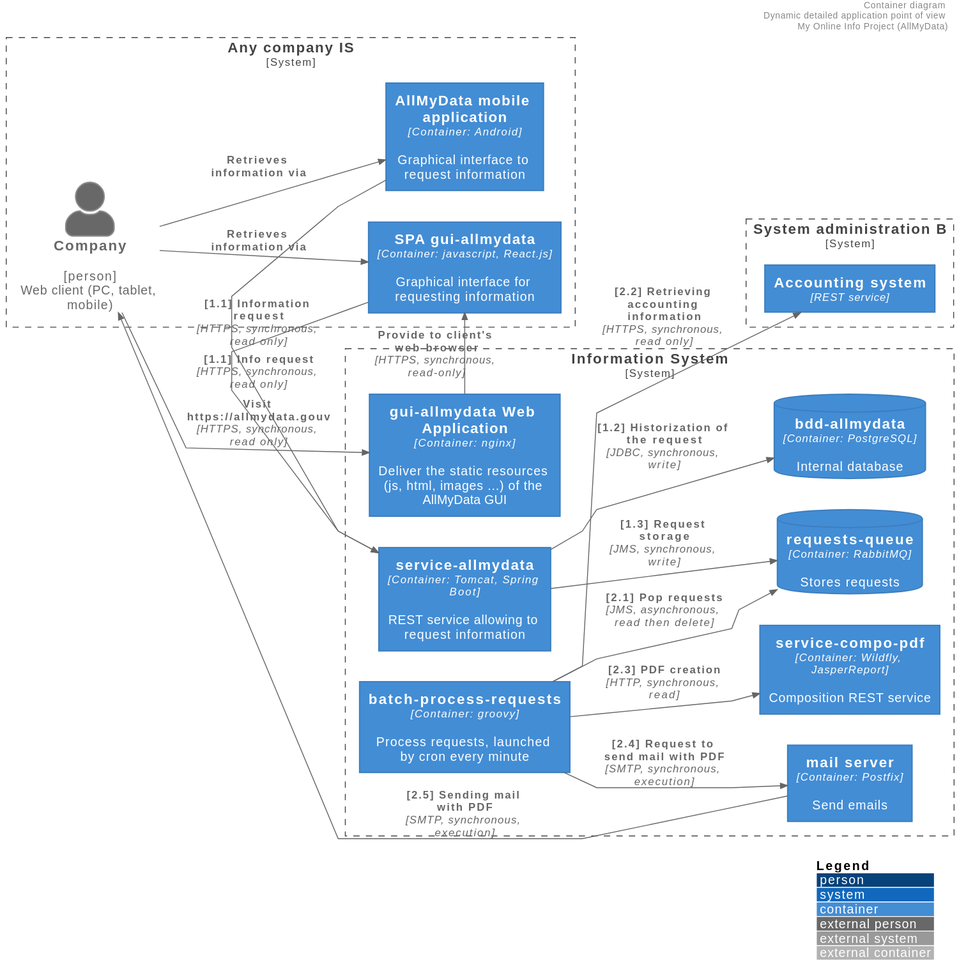
This is diagrams/detailed-application-architecture-dynamic.svg from bflorat/architecture-document-template, a PlantUML export, as it was before one commit.
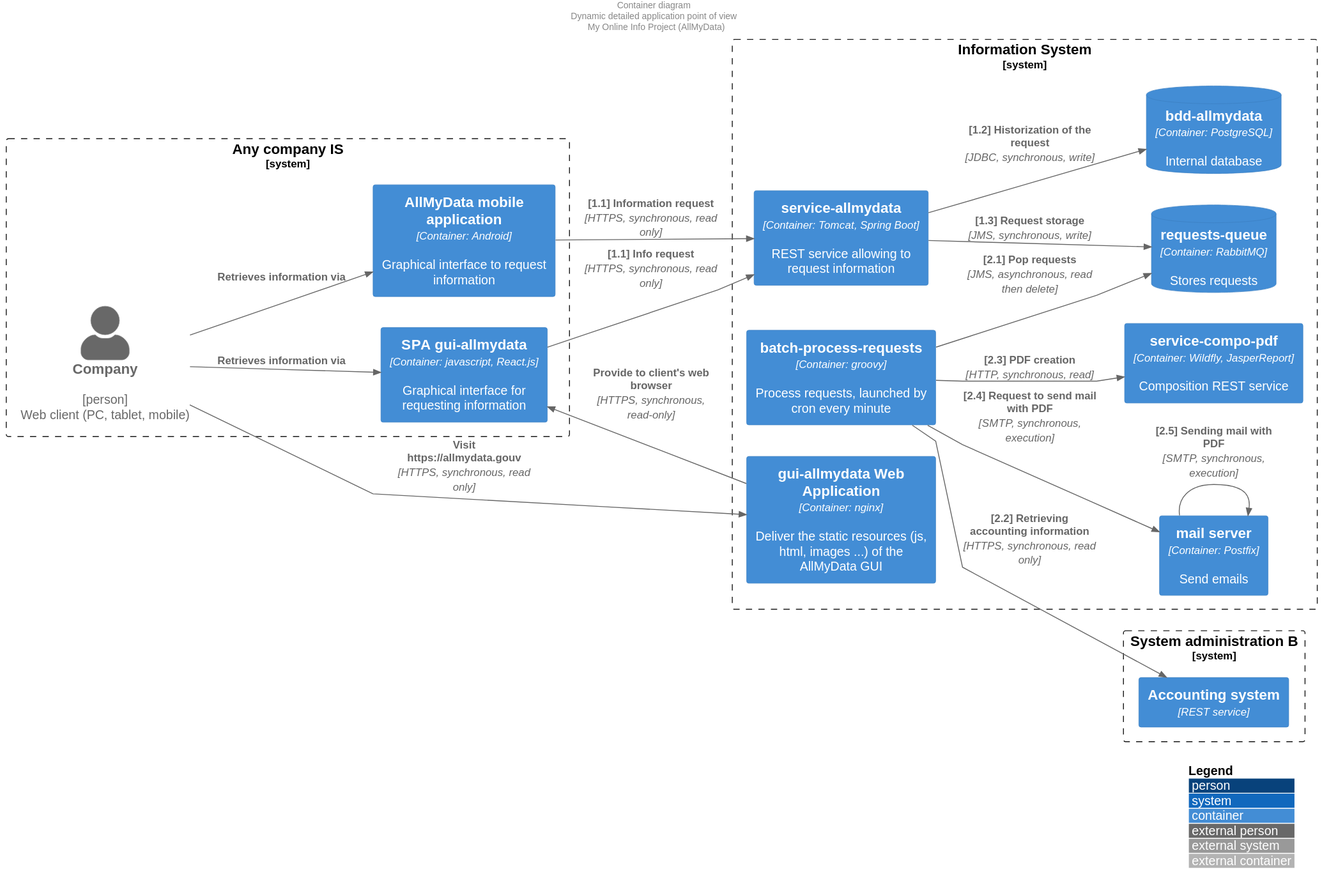
After the change.

Commit message:
feat: diagram clarification

What changed in the source:
```diff
@@ -1,4 +1,4 @@
-@startuml detailed-application-architecture-dynamic
+@startuml
 !include detailled-application-design-static.puml
 header Container diagram \nDynamic detailed application point of view \n My Online Info Project (AllMyData)
 
@@ -18,6 +18,5 @@
 Rel(batch, scompta, "[2.2] Retrieving accounting information", "HTTPS, synchronous, read only")
 Rel(batch, compo, "[2.3] PDF creation", "HTTP, synchronous, read")
 Rel(batch, smails, "[2.4] Request to send mail with PDF", "SMTP, synchronous, execution")
-Rel(smails, company, "[2.5] Sending mail with PDF", "SMTP, synchronous, execution")
-
+Rel(smails, smails, "[2.5] Sending mail with PDF", "SMTP, synchronous, execution")
 @enduml
```
